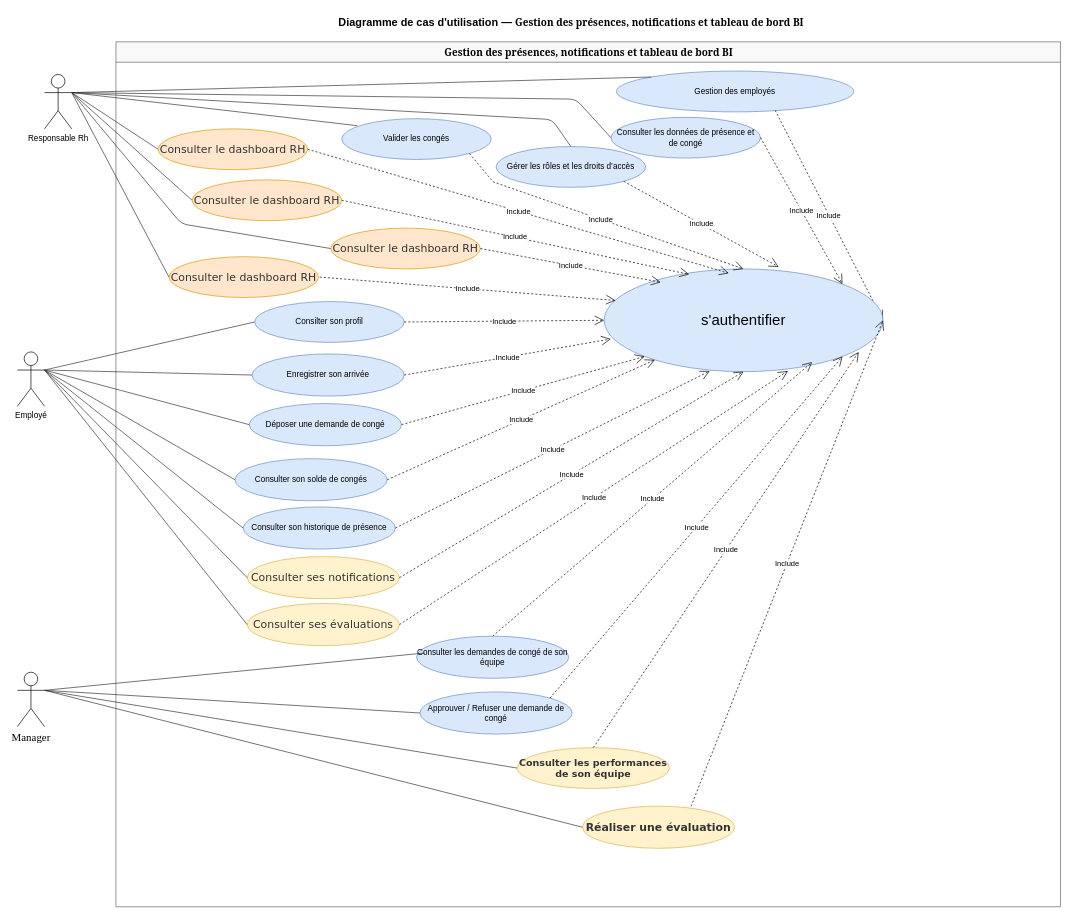
mediounieya/RH_site keeps this draw.io diagram as cas d’utilisation s2 .drawio. Above is the earlier version. Source tidied: cells renumbered, new cells numbered last; positions are measured from the earlier drawing's top-left corner, leaving out a move shared by most shapes. Both pictures are drawn from the tidied source at 68%, with x=0, y=0 at pixel (17, 12).
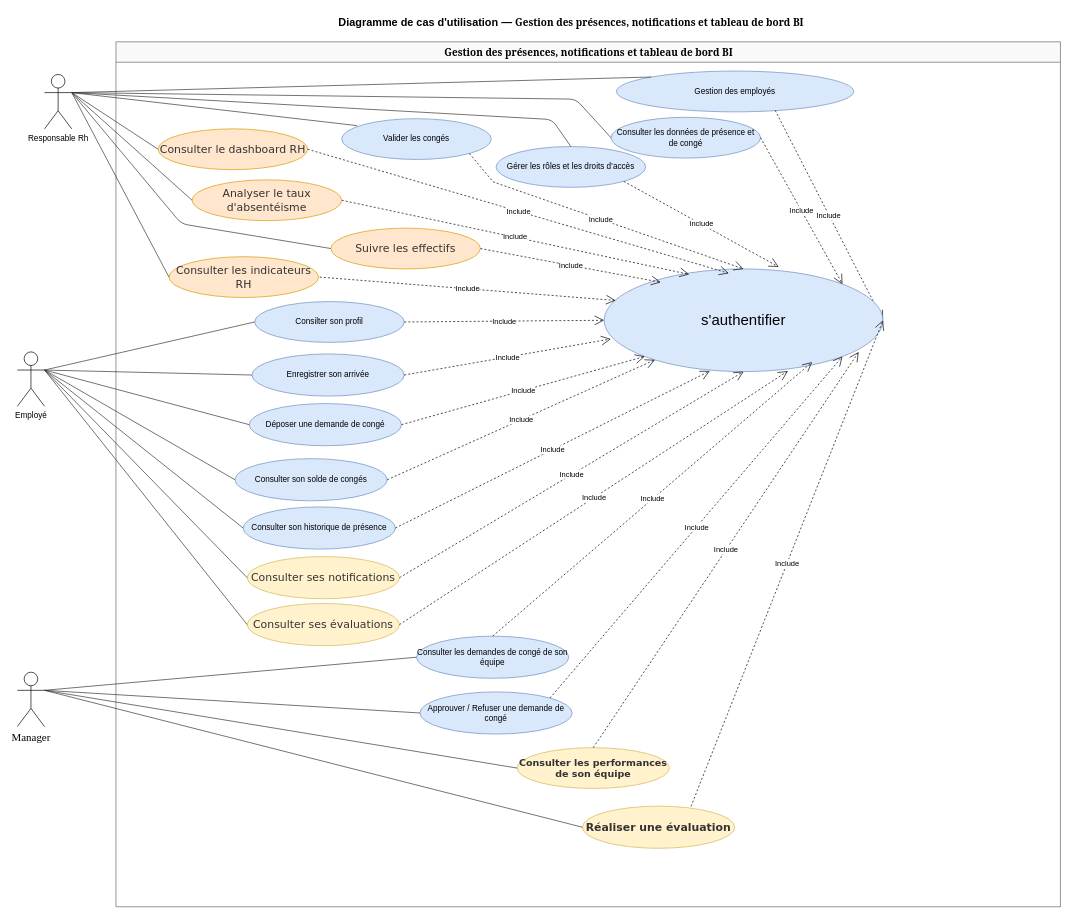
After the change.

Commit message (it also covers changes not shown here):
Mettre à jour cas d’utilisation s2 .drawio

Unchanged cells that the change refers to:
```xml
<mxCell id="3" value="&lt;span lang=&quot;EN-US&quot; style=&quot;font-size:11.0pt;line-height:&amp;lt;br/&amp;gt;115%;font-family:&amp;quot;Cambria&amp;quot;,&amp;quot;serif&amp;quot;;mso-ascii-theme-font:minor-latin;mso-fareast-font-family:&amp;lt;br/&amp;gt;&amp;quot;Times New Roman&amp;quot;;mso-fareast-theme-font:minor-fareast;mso-hansi-theme-font:&amp;lt;br/&amp;gt;minor-latin;mso-bidi-font-family:&amp;quot;Times New Roman&amp;quot;;mso-bidi-theme-font:minor-bidi;&amp;lt;br/&amp;gt;mso-ansi-language:EN-US;mso-fareast-language:EN-US;mso-bidi-language:AR-SA&quot;&gt;Gestion des présences, notifications et tableau de bord BI&lt;/span&gt;" style="swimlane;startSize=30;html=1;fillColor=#f9f9f9;strokeColor=#666666;fontStyle=1;verticalAlign=middle;align=center;" parent="1" vertex="1">
  <mxGeometry x="145" y="44" width="1389" height="1272" as="geometry" />
</mxCell>
<mxCell id="22" value="Consulter les demandes de congé de son équipe" style="ellipse;whiteSpace=wrap;html=1;fillColor=#dae8fc;strokeColor=#6c8ebf;" parent="3" vertex="1">
  <mxGeometry x="442" y="874" width="224" height="62" as="geometry" />
</mxCell>
<mxCell id="46" value="&lt;span lang=&quot;EN-US&quot; style=&quot;font-size:12.0pt;line-height:&lt;br/&gt;115%;font-family:&amp;quot;Times New Roman&amp;quot;,&amp;quot;serif&amp;quot;;mso-fareast-font-family:&amp;quot;Times New Roman&amp;quot;;&lt;br/&gt;mso-fareast-theme-font:minor-fareast;mso-ansi-language:EN-US;mso-fareast-language:&lt;br/&gt;EN-US;mso-bidi-language:AR-SA&quot;&gt;Manager&lt;/span&gt;" style="shape=umlActor;verticalLabelPosition=bottom;verticalAlign=top;html=1;outlineConnect=0;" parent="1" vertex="1">
  <mxGeometry y="971" width="40" height="80" as="geometry" />
</mxCell>
```

Change to the diagram source:
```diff
@@
-    <mxCell id="34" value="&lt;span style=&quot;color: rgb(51, 51, 51); font-family: &amp;quot;Trebuchet MS&amp;quot;, Verdana, Arial, sans-serif; font-size: 16px;&quot;&gt;Consulter le dashboard RH&lt;/span&gt;" style="ellipse;whiteSpace=wrap;html=1;fillColor=#ffe6cc;strokeColor=#d79b00;" parent="3" vertex="1">
+    <mxCell id="34" value="&lt;span style=&quot;color: rgb(51, 51, 51); font-family: &amp;quot;Trebuchet MS&amp;quot;, Verdana, Arial, sans-serif; font-size: 16px;&quot;&gt;Analyser le taux d'absentéisme&lt;/span&gt;" style="ellipse;whiteSpace=wrap;html=1;fillColor=#ffe6cc;strokeColor=#d79b00;" parent="3" vertex="1">
       <mxGeometry x="112" y="203" width="220" height="60" as="geometry" />
     </mxCell>
-    <mxCell id="35" value="&lt;span style=&quot;color: rgb(51, 51, 51); font-family: &amp;quot;Trebuchet MS&amp;quot;, Verdana, Arial, sans-serif; font-size: 16px;&quot;&gt;Consulter le dashboard RH&lt;/span&gt;" style="ellipse;whiteSpace=wrap;html=1;fillColor=#ffe6cc;strokeColor=#d79b00;" parent="3" vertex="1">
+    <mxCell id="35" value="&lt;span style=&quot;color: rgb(51, 51, 51); font-family: &amp;quot;Trebuchet MS&amp;quot;, Verdana, Arial, sans-serif; font-size: 16px;&quot;&gt;Consulter les indicateurs RH&lt;/span&gt;" style="ellipse;whiteSpace=wrap;html=1;fillColor=#ffe6cc;strokeColor=#d79b00;" parent="3" vertex="1">
       <mxGeometry x="78" y="316" width="220" height="60" as="geometry" />
     </mxCell>
-    <mxCell id="36" value="&lt;span style=&quot;color: rgb(51, 51, 51); font-family: &amp;quot;Trebuchet MS&amp;quot;, Verdana, Arial, sans-serif; font-size: 16px;&quot;&gt;Consulter le dashboard RH&lt;/span&gt;" style="ellipse;whiteSpace=wrap;html=1;fillColor=#ffe6cc;strokeColor=#d79b00;" parent="3" vertex="1">
+    <mxCell id="36" value="&lt;span style=&quot;color: rgb(51, 51, 51); font-family: &amp;quot;Trebuchet MS&amp;quot;, Verdana, Arial, sans-serif; font-size: 16px;&quot;&gt;Suivre les effectifs&lt;/span&gt;" style="ellipse;whiteSpace=wrap;html=1;fillColor=#ffe6cc;strokeColor=#d79b00;" parent="3" vertex="1">
       <mxGeometry x="316" y="274" width="220" height="60" as="geometry" />
     </mxCell>
@@
-    <mxCell id="54" style="html=1;endArrow=none;strokeColor=#333333;exitX=1;exitY=0.3333333333333333;exitDx=0;exitDy=0;exitPerimeter=0;entryX=0.056;entryY=0.399;entryDx=0;entryDy=0;entryPerimeter=0;" parent="1" edge="1" source="46" target="22">
+    <mxCell id="54" style="html=1;endArrow=none;strokeColor=#333333;exitX=1;exitY=0.3333333333333333;exitDx=0;exitDy=0;exitPerimeter=0;entryX=0;entryY=0.5;entryDx=0;entryDy=0;" parent="1" edge="1" source="46" target="22">
       <mxGeometry relative="1" as="geometry" />
     </mxCell>
```
